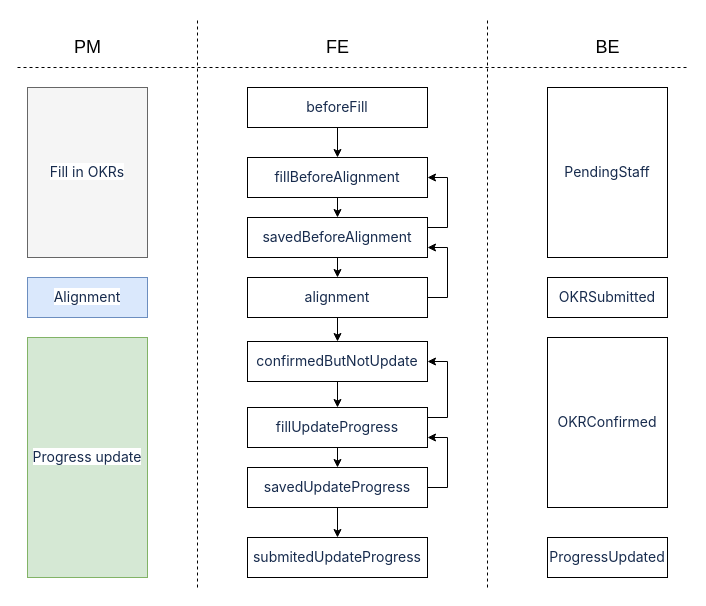
This is Untitled Diagram.drawio from kiwiyan/3D, a draw.io file, before an edit. Source tidied: cells renumbered, new cells numbered last; positions are measured from the earlier drawing's top-left corner, leaving out a move shared by most shapes. Both pictures are drawn from the tidied source at 100%, with x=0, y=0 at pixel (17, 17).
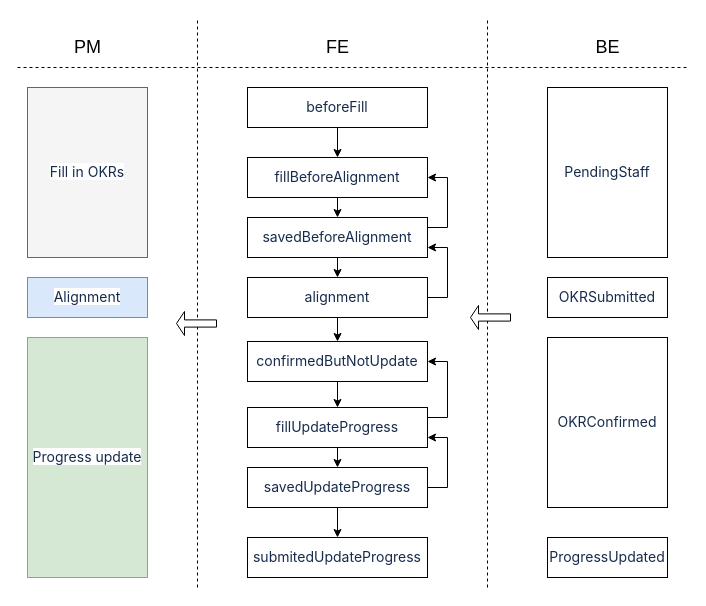
Above is the later version.

Diff of the diagram source:
```diff
@@
+    <mxCell id="34" style="shape=singleArrow;direction=west;whiteSpace=wrap;html=1;fontSize=18;" parent="1" vertex="1">
+      <mxGeometry x="159" y="294" width="40" height="24" as="geometry" />
+    </mxCell>
+    <mxCell id="35" style="shape=singleArrow;direction=west;whiteSpace=wrap;html=1;fontSize=18;" parent="1" vertex="1">
+      <mxGeometry x="453" y="288" width="40" height="24" as="geometry" />
+    </mxCell>
```
